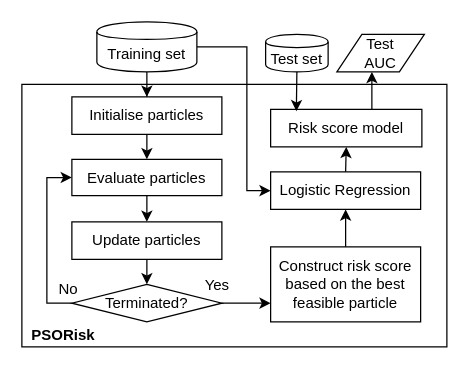
Earlier version of the draw.io diagram psorisk_overview_V2.drawio (tnbinh/efs). Source tidied: cells renumbered, new cells numbered last; positions are measured from the earlier drawing's top-left corner, leaving out a move shared by most shapes. Both pictures are drawn from the tidied source at 125%, with x=0, y=0 at pixel (21, 21).
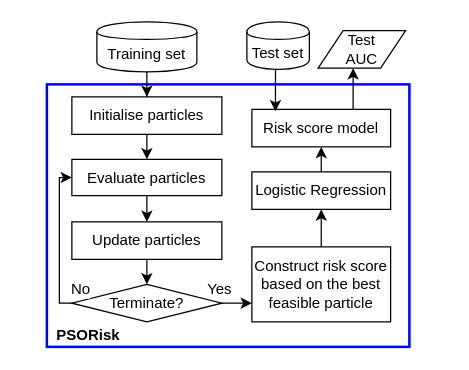
The same diagram, later.

The change refers to these unchanged cells:
```xml
<mxCell id="6" value="Training set" style="shape=cylinder;whiteSpace=wrap;html=1;boundedLbl=1;backgroundOutline=1;" parent="1" vertex="1">
  <mxGeometry x="60" width="80" height="40" as="geometry" />
</mxCell>
<mxCell id="19" value="Evaluate particles" style="rounded=0;whiteSpace=wrap;html=1;" parent="1" vertex="1">
  <mxGeometry x="40" y="110" width="120" height="29" as="geometry" />
</mxCell>
```

What changed in the source:
```diff
@@
+    <mxCell id="25" value="PSORisk" style="rounded=0;whiteSpace=wrap;html=1;fillColor=none;align=left;verticalAlign=bottom;fontStyle=1;spacingLeft=6;strokeColor=#0000FF;strokeWidth=2;perimeterSpacing=1;" parent="1" vertex="1">
+      <mxGeometry x="20" y="50" width="290" height="210" as="geometry" />
+    </mxCell>
     <mxCell id="2" style="edgeStyle=orthogonalEdgeStyle;rounded=0;jettySize=auto;html=1;" parent="1" edge="1" source="3" target="24">
       <mxGeometry relative="1" as="geometry">
         <Array as="points">
-          <mxPoint x="280" y="60" />
-          <mxPoint x="280" y="60" />
+          <mxPoint x="265" y="60" />
+          <mxPoint x="265" y="60" />
         </Array>
       </mxGeometry>
     </mxCell>
     <mxCell id="3" value="Risk score model" style="rounded=0;whiteSpace=wrap;html=1;" parent="1" vertex="1">
-      <mxGeometry x="199" y="70" width="121" height="30" as="geometry" />
+      <mxGeometry x="184" y="70" width="111" height="30" as="geometry" />
     </mxCell>
@@
-    <mxCell id="5" style="edgeStyle=orthogonalEdgeStyle;rounded=0;jettySize=auto;html=1;entryX=0;entryY=0.5;entryDx=0;entryDy=0;" parent="1" edge="1" source="6" target="22">
-      <mxGeometry relative="1" as="geometry">
-        <Array as="points">
-          <mxPoint x="180" y="20" />
-          <mxPoint x="180" y="135" />
-        </Array>
-      </mxGeometry>
-    </mxCell>
@@
     <mxCell id="7" style="edgeStyle=orthogonalEdgeStyle;rounded=0;jettySize=auto;html=1;exitX=0;exitY=0.5;exitDx=0;exitDy=0;entryX=0;entryY=0.5;entryDx=0;entryDy=0;" parent="1" edge="1" source="8" target="19">
       <mxGeometry relative="1" as="geometry">
         <Array as="points">
-          <mxPoint x="20" y="225" />
-          <mxPoint x="20" y="125" />
+          <mxPoint x="30" y="225" />
+          <mxPoint x="30" y="125" />
         </Array>
       </mxGeometry>
     </mxCell>
-    <mxCell id="8" value="Terminated?" style="rhombus;whiteSpace=wrap;html=1;" parent="1" vertex="1">
+    <mxCell id="8" value="Terminate?" style="rhombus;whiteSpace=wrap;html=1;" parent="1" vertex="1">
       <mxGeometry x="40" y="210" width="120" height="30" as="geometry" />
     </mxCell>
@@
     <mxCell id="11" value="Construct risk score based on the best feasible particle" style="rounded=0;whiteSpace=wrap;html=1;" parent="1" vertex="1">
-      <mxGeometry x="199" y="180" width="120" height="60" as="geometry" />
+      <mxGeometry x="184" y="180" width="111" height="60" as="geometry" />
     </mxCell>
     <mxCell id="12" style="edgeStyle=orthogonalEdgeStyle;rounded=0;jettySize=auto;html=1;endArrow=classic;endFill=1;strokeColor=#000000;" parent="1" edge="1" source="8">
       <mxGeometry relative="1" as="geometry">
-        <mxPoint x="199" y="225" as="targetPoint" />
+        <mxPoint x="184" y="225" as="targetPoint" />
         <Array as="points">
-          <mxPoint x="199" y="225" />
+          <mxPoint x="184" y="225" />
         </Array>
       </mxGeometry>
     </mxCell>
     <mxCell id="13" value="Yes" style="text;html=1;align=center;verticalAlign=middle;labelBackgroundColor=#ffffff;fontSize=12;" parent="12" vertex="1">
       <mxGeometry x="-0.34" y="-2" relative="1" as="geometry">
-        <mxPoint x="-18" y="-17" as="offset" />
+        <mxPoint x="-11" y="-14" as="offset" />
       </mxGeometry>
     </mxCell>
@@
     <mxCell id="15" value="Test set" style="shape=cylinder;whiteSpace=wrap;html=1;boundedLbl=1;backgroundOutline=1;" parent="1" vertex="1">
-      <mxGeometry x="195" y="10" width="50" height="30" as="geometry" />
+      <mxGeometry x="180" width="50" height="38" as="geometry" />
     </mxCell>
@@
     <mxCell id="22" value="Logistic Regression" style="rounded=0;whiteSpace=wrap;html=1;" parent="1" vertex="1">
-      <mxGeometry x="199" y="120" width="120" height="30" as="geometry" />
+      <mxGeometry x="184" y="120" width="111" height="30" as="geometry" />
     </mxCell>
     <mxCell id="23" value="No" style="text;html=1;align=center;verticalAlign=middle;labelBackgroundColor=#ffffff;fontSize=12;" parent="1" vertex="1">
-      <mxGeometry x="90" y="225" as="geometry">
+      <mxGeometry x="100" y="225" as="geometry">
         <mxPoint x="-54" y="-12" as="offset" />
       </mxGeometry>
     </mxCell>
     <mxCell id="24" value="Test &lt;br&gt;AUC" style="shape=parallelogram;perimeter=parallelogramPerimeter;whiteSpace=wrap;html=1;fixedSize=1;" parent="1" vertex="1">
-      <mxGeometry x="252" y="10" width="70" height="30" as="geometry" />
+      <mxGeometry x="237" y="7" width="70" height="30" as="geometry" />
     </mxCell>
-    <mxCell id="25" value="PSORisk" style="rounded=0;whiteSpace=wrap;html=1;fillColor=none;align=left;verticalAlign=bottom;fontStyle=1;spacingLeft=6;" parent="1" vertex="1">
-      <mxGeometry y="50" width="340" height="210" as="geometry" />
-    </mxCell>
```
